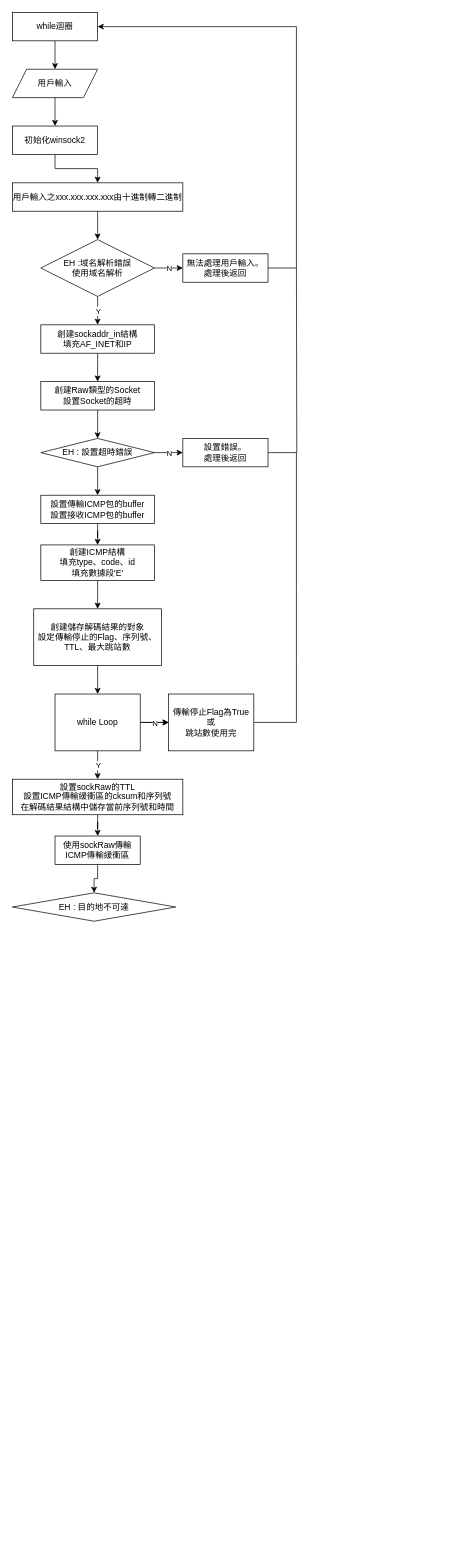
The draw.io diagram 未命名绘图.drawio in hlajungo/traceroute, before the edit. Source tidied: cells renumbered, new cells numbered last; positions are measured from the earlier drawing's top-left corner, leaving out a move shared by most shapes. Both pictures are drawn from the tidied source at 71%, with x=0, y=0 at pixel (12, 12).
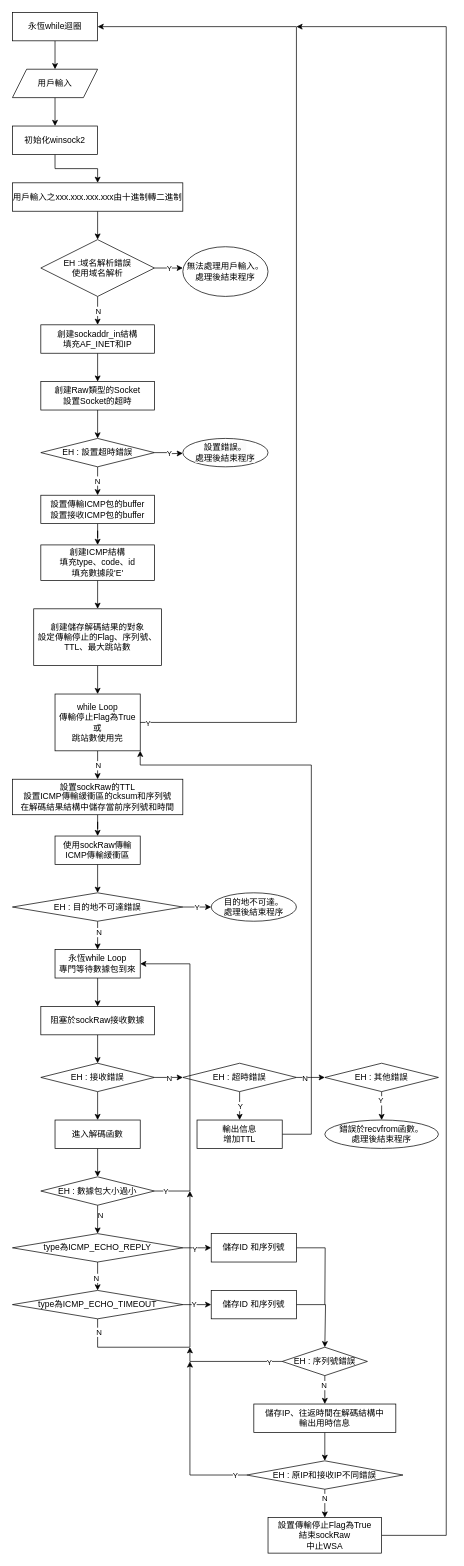
After the change.

Commit message:
更新未命名绘图.drawio

The change refers to these unchanged cells:
```xml
<mxCell id="12" style="edgeStyle=orthogonalEdgeStyle;rounded=0;jettySize=auto;html=1;" parent="1" edge="1" source="14" target="18">
  <mxGeometry relative="1" as="geometry" />
</mxCell>
<mxCell id="14" value="EH :域名解析錯誤&lt;br&gt;使用域名解析" style="rhombus;whiteSpace=wrap;html=1;" parent="1" vertex="1">
  <mxGeometry x="40" y="320" width="160" height="80" as="geometry" />
</mxCell>
<mxCell id="24" value="EH : 設置超時錯誤" style="rhombus;whiteSpace=wrap;html=1;" parent="1" vertex="1">
  <mxGeometry x="40" y="600" width="160" height="40" as="geometry" />
</mxCell>
<mxCell id="28" value="設置傳輸ICMP包的buffer&lt;br&gt;設置接收ICMP包的buffer" style="whiteSpace=wrap;html=1;" parent="1" vertex="1">
  <mxGeometry x="40" y="680" width="160" height="40" as="geometry" />
</mxCell>
<mxCell id="33" style="edgeStyle=orthogonalEdgeStyle;rounded=0;jettySize=auto;html=1;" parent="1" edge="1" source="38" target="40">
  <mxGeometry relative="1" as="geometry">
    <Array as="points">
      <mxPoint x="120" y="1080" />
      <mxPoint x="120" y="1080" />
    </Array>
  </mxGeometry>
</mxCell>
```

Diff of the diagram source:
```diff
@@
-    <mxCell id="5" value="while迴圈" style="rounded=0;whiteSpace=wrap;html=1;" parent="1" vertex="1">
+    <mxCell id="5" value="永恆while迴圈" style="rounded=0;whiteSpace=wrap;html=1;" parent="1" vertex="1">
       <mxGeometry width="120" height="40" as="geometry" />
     </mxCell>
@@
-    <mxCell id="10" style="edgeStyle=orthogonalEdgeStyle;rounded=0;jettySize=auto;html=1;" parent="1" edge="1" source="14" target="16">
-      <mxGeometry relative="1" as="geometry" />
+    <mxCell id="10" style="edgeStyle=orthogonalEdgeStyle;rounded=0;jettySize=auto;html=1;" parent="1" edge="1" source="14">
+      <mxGeometry relative="1" as="geometry">
+        <mxPoint x="240" y="360" as="targetPoint" />
+      </mxGeometry>
     </mxCell>
-    <mxCell id="11" value="N" style="edgeLabel;html=1;align=center;verticalAlign=middle;" parent="10" vertex="1">
+    <mxCell id="11" value="Y" style="edgeLabel;html=1;align=center;verticalAlign=middle;" parent="10" vertex="1">
       <mxGeometry x="-0.62" y="-3" relative="1" as="geometry">
         <mxPoint x="12" y="-3" as="offset" />
       </mxGeometry>
     </mxCell>
@@
-    <mxCell id="13" value="Y" style="edgeLabel;html=1;align=center;verticalAlign=middle;" parent="12" vertex="1">
+    <mxCell id="13" value="N" style="edgeLabel;html=1;align=center;verticalAlign=middle;" parent="12" vertex="1">
       <mxGeometry x="-0.48" y="-3" relative="1" as="geometry">
         <mxPoint x="3" y="10" as="offset" />
       </mxGeometry>
     </mxCell>
@@
-    <mxCell id="15" style="edgeStyle=orthogonalEdgeStyle;rounded=0;jettySize=auto;html=1;entryX=1;entryY=0.5;entryDx=0;entryDy=0;" parent="1" edge="1" source="16" target="5">
-      <mxGeometry relative="1" as="geometry">
-        <Array as="points">
-          <mxPoint x="400" y="360" />
-          <mxPoint x="400" y="20" />
-        </Array>
-      </mxGeometry>
-    </mxCell>
-    <mxCell id="16" value="無法處理用戶輸入。&lt;br&gt;處理後返回" style="whiteSpace=wrap;html=1;" parent="1" vertex="1">
-      <mxGeometry x="240" y="340" width="120" height="40" as="geometry" />
-    </mxCell>
@@
-    <mxCell id="21" style="edgeStyle=orthogonalEdgeStyle;rounded=0;jettySize=auto;html=1;" parent="1" edge="1" source="24" target="26">
-      <mxGeometry relative="1" as="geometry" />
+    <mxCell id="21" style="edgeStyle=orthogonalEdgeStyle;rounded=0;jettySize=auto;html=1;" parent="1" edge="1" source="24">
+      <mxGeometry relative="1" as="geometry">
+        <mxPoint x="240" y="621" as="targetPoint" />
+      </mxGeometry>
     </mxCell>
-    <mxCell id="22" value="N" style="edgeLabel;html=1;align=center;verticalAlign=middle;" parent="21" vertex="1">
+    <mxCell id="22" value="Y" style="edgeLabel;html=1;align=center;verticalAlign=middle;" parent="21" vertex="1">
       <mxGeometry x="-0.57" y="1" relative="1" as="geometry">
         <mxPoint x="11" y="1" as="offset" />
       </mxGeometry>
     </mxCell>
-    <mxCell id="23" style="edgeStyle=orthogonalEdgeStyle;rounded=0;jettySize=auto;html=1;" parent="1" edge="1" source="24" target="28">
+    <mxCell id="23" value="N" style="edgeStyle=orthogonalEdgeStyle;rounded=0;jettySize=auto;html=1;" parent="1" edge="1" source="24" target="28">
       <mxGeometry relative="1" as="geometry" />
     </mxCell>
@@
-    <mxCell id="25" style="edgeStyle=orthogonalEdgeStyle;rounded=0;jettySize=auto;html=1;endArrow=none;endFill=0;" parent="1" edge="1" source="26">
-      <mxGeometry relative="1" as="geometry">
-        <mxPoint x="400" y="360" as="targetPoint" />
-      </mxGeometry>
-    </mxCell>
-    <mxCell id="26" value="設置錯誤。&lt;br&gt;處理後返回" style="whiteSpace=wrap;html=1;" parent="1" vertex="1">
-      <mxGeometry x="240" y="600" width="120" height="40" as="geometry" />
-    </mxCell>
@@
-    <mxCell id="34" value="Y" style="edgeLabel;html=1;align=center;verticalAlign=middle;" parent="33" vertex="1">
+    <mxCell id="34" value="N" style="edgeLabel;html=1;align=center;verticalAlign=middle;" parent="33" vertex="1">
       <mxGeometry x="0.3" y="3" relative="1" as="geometry">
         <mxPoint x="-3" y="-6" as="offset" />
       </mxGeometry>
     </mxCell>
-    <mxCell id="35" style="edgeStyle=orthogonalEdgeStyle;rounded=0;jettySize=auto;html=1;" parent="1" edge="1" source="38" target="42">
-      <mxGeometry relative="1" as="geometry" />
-    </mxCell>
-    <mxCell id="36" style="edgeStyle=orthogonalEdgeStyle;rounded=0;jettySize=auto;html=1;" parent="1" edge="1" source="38" target="42">
-      <mxGeometry relative="1" as="geometry" />
-    </mxCell>
-    <mxCell id="37" value="N" style="edgeLabel;html=1;align=center;verticalAlign=middle;" parent="36" vertex="1">
-      <mxGeometry x="-0.67" y="3" relative="1" as="geometry">
-        <mxPoint x="13" y="3" as="offset" />
-      </mxGeometry>
-    </mxCell>
-    <mxCell id="38" value="while Loop" style="whiteSpace=wrap;html=1;" parent="1" vertex="1">
+    <mxCell id="38" value="while Loop&lt;br&gt;傳輸停止Flag為True&lt;br style=&quot;border-color: var(--border-color);&quot;&gt;或&lt;br style=&quot;border-color: var(--border-color);&quot;&gt;跳站數使用完" style="whiteSpace=wrap;html=1;" parent="1" vertex="1">
       <mxGeometry x="60" y="960" width="120" height="80" as="geometry" />
     </mxCell>
@@
-    <mxCell id="41" style="edgeStyle=orthogonalEdgeStyle;rounded=0;jettySize=auto;html=1;endArrow=none;endFill=0;spacing=0;spacingRight=3;" parent="1" edge="1" source="42">
+    <mxCell id="41" style="edgeStyle=orthogonalEdgeStyle;rounded=0;jettySize=auto;html=1;endArrow=classic;endFill=1;spacing=0;spacingRight=3;entryX=1;entryY=0.5;entryDx=0;entryDy=0;exitX=1;exitY=0.5;exitDx=0;exitDy=0;" parent="1" edge="1" source="38" target="5">
       <mxGeometry relative="1" as="geometry">
-        <mxPoint x="400" y="620" as="targetPoint" />
         <Array as="points">
           <mxPoint x="400" y="1000" />
-          <mxPoint x="400" y="910" />
-          <mxPoint x="400" y="910" />
-          <mxPoint x="400" y="810" />
+          <mxPoint x="400" y="20" />
         </Array>
       </mxGeometry>
     </mxCell>
-    <mxCell id="42" value="傳輸停止Flag為True&lt;br&gt;或&lt;br&gt;跳站數使用完&lt;br&gt;" style="whiteSpace=wrap;html=1;" parent="1" vertex="1">
-      <mxGeometry x="220" y="960" width="120" height="80" as="geometry" />
-    </mxCell>
+    <mxCell id="46" value="Y" style="edgeLabel;html=1;align=center;verticalAlign=middle;" parent="41" vertex="1">
+      <mxGeometry x="-0.95" y="-2" relative="1" as="geometry">
+        <mxPoint x="-27" y="-2" as="offset" />
+      </mxGeometry>
+    </mxCell>
@@
+    <mxCell id="47" value="Y" style="edgeStyle=orthogonalEdgeStyle;rounded=0;jettySize=auto;html=1;entryX=0;entryY=0.5;entryDx=0;entryDy=0;" parent="1" edge="1" source="45" target="68">
+      <mxGeometry relative="1" as="geometry" />
+    </mxCell>
+    <mxCell id="48" style="edgeStyle=orthogonalEdgeStyle;rounded=0;jettySize=auto;html=1;" parent="1" edge="1" source="45" target="51">
+      <mxGeometry relative="1" as="geometry" />
+    </mxCell>
+    <mxCell id="49" value="N" style="edgeLabel;html=1;align=center;verticalAlign=middle;" parent="48" vertex="1">
+      <mxGeometry x="-0.26" y="1" relative="1" as="geometry" />
+    </mxCell>
-    <mxCell id="45" value="EH : 目的地不可達" style="rhombus;whiteSpace=wrap;html=1;" parent="1" vertex="1">
-      <mxGeometry y="1240" width="230" height="40" as="geometry" />
+    <mxCell id="45" value="EH : 目的地不可達錯誤" style="rhombus;whiteSpace=wrap;html=1;" parent="1" vertex="1">
+      <mxGeometry y="1240" width="240" height="40" as="geometry" />
     </mxCell>
+    <mxCell id="50" style="edgeStyle=orthogonalEdgeStyle;rounded=0;jettySize=auto;html=1;" parent="1" edge="1" source="51" target="53">
+      <mxGeometry relative="1" as="geometry" />
+    </mxCell>
+    <mxCell id="51" value="永恆while Loop&lt;br&gt;專門等待數據包到來" style="whiteSpace=wrap;html=1;" parent="1" vertex="1">
+      <mxGeometry x="60" y="1320" width="120" height="40" as="geometry" />
+    </mxCell>
+    <mxCell id="52" style="edgeStyle=orthogonalEdgeStyle;rounded=0;jettySize=auto;html=1;" parent="1" edge="1" source="53" target="57">
+      <mxGeometry relative="1" as="geometry" />
+    </mxCell>
+    <mxCell id="53" value="阻塞於sockRaw接收數據" style="whiteSpace=wrap;html=1;" parent="1" vertex="1">
+      <mxGeometry x="40" y="1400" width="160" height="40" as="geometry" />
+    </mxCell>
+    <mxCell id="54" style="edgeStyle=orthogonalEdgeStyle;rounded=0;jettySize=auto;html=1;" parent="1" edge="1" source="57" target="62">
+      <mxGeometry relative="1" as="geometry" />
+    </mxCell>
+    <mxCell id="55" value="N" style="edgeLabel;html=1;align=center;verticalAlign=middle;" parent="54" vertex="1">
+      <mxGeometry x="-0.45" y="3" relative="1" as="geometry">
+        <mxPoint x="9" y="3" as="offset" />
+      </mxGeometry>
+    </mxCell>
+    <mxCell id="56" style="edgeStyle=orthogonalEdgeStyle;rounded=0;jettySize=auto;html=1;entryX=0.5;entryY=0;entryDx=0;entryDy=0;" parent="1" edge="1" source="57" target="73">
+      <mxGeometry relative="1" as="geometry" />
+    </mxCell>
+    <mxCell id="57" value="EH : 接收錯誤" style="rhombus;whiteSpace=wrap;html=1;" parent="1" vertex="1">
+      <mxGeometry x="40" y="1480" width="160" height="40" as="geometry" />
+    </mxCell>
+    <mxCell id="58" style="edgeStyle=orthogonalEdgeStyle;rounded=0;jettySize=auto;html=1;" parent="1" edge="1" source="62" target="65">
+      <mxGeometry relative="1" as="geometry">
+        <Array as="points">
+          <mxPoint x="420" y="1500" />
+          <mxPoint x="420" y="1500" />
+        </Array>
+      </mxGeometry>
+    </mxCell>
+    <mxCell id="59" value="N" style="edgeLabel;html=1;align=center;verticalAlign=middle;" parent="58" vertex="1">
+      <mxGeometry x="-0.45" y="-3" relative="1" as="geometry">
+        <mxPoint y="-3" as="offset" />
+      </mxGeometry>
+    </mxCell>
+    <mxCell id="60" style="edgeStyle=orthogonalEdgeStyle;rounded=0;jettySize=auto;html=1;" parent="1" edge="1" source="62" target="71">
+      <mxGeometry relative="1" as="geometry" />
+    </mxCell>
+    <mxCell id="61" value="Y" style="edgeLabel;html=1;align=center;verticalAlign=middle;" parent="60" vertex="1">
+      <mxGeometry x="-0.35" y="-3" relative="1" as="geometry">
+        <mxPoint x="3" y="7" as="offset" />
+      </mxGeometry>
+    </mxCell>
+    <mxCell id="62" value="EH : 超時錯誤" style="rhombus;whiteSpace=wrap;html=1;" parent="1" vertex="1">
+      <mxGeometry x="240" y="1480" width="160" height="40" as="geometry" />
+    </mxCell>
+    <mxCell id="63" style="edgeStyle=orthogonalEdgeStyle;rounded=0;jettySize=auto;html=1;entryX=0.5;entryY=0;entryDx=0;entryDy=0;" parent="1" edge="1" source="65" target="69">
+      <mxGeometry relative="1" as="geometry" />
+    </mxCell>
+    <mxCell id="64" value="Y" style="edgeLabel;html=1;align=center;verticalAlign=middle;" parent="63" vertex="1">
+      <mxGeometry x="-0.39" y="-2" relative="1" as="geometry" />
+    </mxCell>
+    <mxCell id="65" value="EH : 其他錯誤" style="rhombus;whiteSpace=wrap;html=1;" parent="1" vertex="1">
+      <mxGeometry x="440" y="1480" width="160" height="40" as="geometry" />
+    </mxCell>
+    <mxCell id="66" value="無法處理用戶輸入。&lt;br style=&quot;border-color: var(--border-color);&quot;&gt;處理後結束程序" style="ellipse;whiteSpace=wrap;html=1;" parent="1" vertex="1">
+      <mxGeometry x="240" y="330" width="120" height="70" as="geometry" />
+    </mxCell>
+    <mxCell id="67" value="&lt;span style=&quot;color: rgb(0, 0, 0); font-family: Helvetica; font-size: 12px; font-style: normal; font-variant-ligatures: normal; font-variant-caps: normal; font-weight: 400; letter-spacing: normal; orphans: 2; text-align: center; text-indent: 0px; text-transform: none; widows: 2; word-spacing: 0px; -webkit-text-stroke-width: 0px; background-color: rgb(251, 251, 251); text-decoration-thickness: initial; text-decoration-style: initial; text-decoration-color: initial; float: none; display: inline !important;&quot;&gt;設置錯誤。&lt;/span&gt;&lt;br style=&quot;border-color: var(--border-color); color: rgb(0, 0, 0); font-family: Helvetica; font-size: 12px; font-style: normal; font-variant-ligatures: normal; font-variant-caps: normal; font-weight: 400; letter-spacing: normal; orphans: 2; text-align: center; text-indent: 0px; text-transform: none; widows: 2; word-spacing: 0px; -webkit-text-stroke-width: 0px; background-color: rgb(251, 251, 251); text-decoration-thickness: initial; text-decoration-style: initial; text-decoration-color: initial;&quot;&gt;&lt;span style=&quot;color: rgb(0, 0, 0); font-family: Helvetica; font-size: 12px; font-style: normal; font-variant-ligatures: normal; font-variant-caps: normal; font-weight: 400; letter-spacing: normal; orphans: 2; text-align: center; text-indent: 0px; text-transform: none; widows: 2; word-spacing: 0px; -webkit-text-stroke-width: 0px; background-color: rgb(251, 251, 251); text-decoration-thickness: initial; text-decoration-style: initial; text-decoration-color: initial; float: none; display: inline !important;&quot;&gt;處理後結束程序&lt;/span&gt;" style="ellipse;whiteSpace=wrap;html=1;" parent="1" vertex="1">
+      <mxGeometry x="240" y="600" width="120" height="40" as="geometry" />
+    </mxCell>
+    <mxCell id="68" value="目的地不可達。&lt;br&gt;處理後結束程序" style="ellipse;whiteSpace=wrap;html=1;" parent="1" vertex="1">
+      <mxGeometry x="280" y="1240" width="120" height="40" as="geometry" />
+    </mxCell>
+    <mxCell id="69" value="錯誤於recvfrom函數。&lt;br style=&quot;border-color: var(--border-color);&quot;&gt;處理後結束程序" style="ellipse;whiteSpace=wrap;html=1;" parent="1" vertex="1">
+      <mxGeometry x="440" y="1560" width="160" height="40" as="geometry" />
+    </mxCell>
+    <mxCell id="70" style="edgeStyle=orthogonalEdgeStyle;rounded=0;jettySize=auto;html=1;entryX=1;entryY=1;entryDx=0;entryDy=0;" parent="1" edge="1" source="71" target="38">
+      <mxGeometry relative="1" as="geometry">
+        <Array as="points">
+          <mxPoint x="421" y="1580" />
+          <mxPoint x="421" y="1060" />
+          <mxPoint x="180" y="1060" />
+        </Array>
+      </mxGeometry>
+    </mxCell>
+    <mxCell id="71" value="輸出信息&lt;br&gt;增加TTL" style="whiteSpace=wrap;html=1;" parent="1" vertex="1">
+      <mxGeometry x="260" y="1560" width="120" height="40" as="geometry" />
+    </mxCell>
+    <mxCell id="72" style="edgeStyle=orthogonalEdgeStyle;rounded=0;jettySize=auto;html=1;" parent="1" edge="1" source="73" target="78">
+      <mxGeometry relative="1" as="geometry" />
+    </mxCell>
+    <mxCell id="73" value="進入解碼函數" style="rounded=0;whiteSpace=wrap;html=1;" parent="1" vertex="1">
+      <mxGeometry x="60" y="1560" width="120" height="40" as="geometry" />
+    </mxCell>
+    <mxCell id="74" style="edgeStyle=orthogonalEdgeStyle;rounded=0;jettySize=auto;html=1;entryX=1;entryY=0.5;entryDx=0;entryDy=0;" parent="1" edge="1" source="78" target="51">
+      <mxGeometry relative="1" as="geometry">
+        <Array as="points">
+          <mxPoint x="250" y="1660" />
+          <mxPoint x="250" y="1340" />
+        </Array>
+      </mxGeometry>
+    </mxCell>
+    <mxCell id="75" value="Y" style="edgeLabel;html=1;align=center;verticalAlign=middle;" parent="74" vertex="1">
+      <mxGeometry x="-0.93" y="-4" relative="1" as="geometry">
+        <mxPoint y="-4" as="offset" />
+      </mxGeometry>
+    </mxCell>
+    <mxCell id="76" style="edgeStyle=orthogonalEdgeStyle;rounded=0;jettySize=auto;html=1;" parent="1" edge="1" source="78" target="83">
+      <mxGeometry relative="1" as="geometry" />
+    </mxCell>
+    <mxCell id="77" value="N" style="edgeLabel;html=1;align=center;verticalAlign=middle;" parent="76" vertex="1">
+      <mxGeometry x="-0.35" y="3" relative="1" as="geometry" />
+    </mxCell>
+    <mxCell id="78" value="EH : 數據包大小過小" style="rhombus;whiteSpace=wrap;html=1;rounded=0;" parent="1" vertex="1">
+      <mxGeometry x="40" y="1640" width="160" height="40" as="geometry" />
+    </mxCell>
+    <mxCell id="79" style="edgeStyle=orthogonalEdgeStyle;rounded=0;jettySize=auto;html=1;" parent="1" edge="1" source="83" target="85">
+      <mxGeometry relative="1" as="geometry" />
+    </mxCell>
+    <mxCell id="80" value="Y" style="edgeLabel;html=1;align=center;verticalAlign=middle;" parent="79" vertex="1">
+      <mxGeometry x="-0.2" y="-1" relative="1" as="geometry" />
+    </mxCell>
+    <mxCell id="81" style="edgeStyle=orthogonalEdgeStyle;rounded=0;jettySize=auto;html=1;" parent="1" edge="1" source="83" target="90">
+      <mxGeometry relative="1" as="geometry" />
+    </mxCell>
+    <mxCell id="82" value="N" style="edgeLabel;html=1;align=center;verticalAlign=middle;" parent="81" vertex="1">
+      <mxGeometry x="0.1" y="-3" relative="1" as="geometry" />
+    </mxCell>
+    <mxCell id="83" value="type為ICMP_ECHO_REPLY" style="rhombus;whiteSpace=wrap;html=1;rounded=0;" parent="1" vertex="1">
+      <mxGeometry y="1720" width="240" height="40" as="geometry" />
+    </mxCell>
+    <mxCell id="84" style="edgeStyle=orthogonalEdgeStyle;rounded=0;jettySize=auto;html=1;endArrow=none;endFill=0;" parent="1" edge="1" source="85">
+      <mxGeometry relative="1" as="geometry">
+        <mxPoint x="440" y="1820" as="targetPoint" />
+      </mxGeometry>
+    </mxCell>
+    <mxCell id="85" value="儲存ID 和序列號" style="whiteSpace=wrap;html=1;rounded=0;" parent="1" vertex="1">
+      <mxGeometry x="280" y="1720" width="120" height="40" as="geometry" />
+    </mxCell>
+    <mxCell id="86" style="edgeStyle=orthogonalEdgeStyle;rounded=0;jettySize=auto;html=1;" parent="1" edge="1" source="90" target="92">
+      <mxGeometry relative="1" as="geometry" />
+    </mxCell>
+    <mxCell id="87" value="Y" style="edgeLabel;html=1;align=center;verticalAlign=middle;" parent="86" vertex="1">
+      <mxGeometry x="-0.25" y="1" relative="1" as="geometry" />
+    </mxCell>
+    <mxCell id="88" style="edgeStyle=orthogonalEdgeStyle;rounded=0;jettySize=auto;html=1;endArrow=classic;endFill=1;" parent="1" edge="1" source="90">
+      <mxGeometry relative="1" as="geometry">
+        <mxPoint x="250" y="1660" as="targetPoint" />
+        <Array as="points">
+          <mxPoint x="120" y="1880" />
+          <mxPoint x="250" y="1880" />
+          <mxPoint x="250" y="1660" />
+        </Array>
+      </mxGeometry>
+    </mxCell>
+    <mxCell id="89" value="N" style="edgeLabel;html=1;align=center;verticalAlign=middle;" parent="88" vertex="1">
+      <mxGeometry x="-0.91" y="1" relative="1" as="geometry" />
+    </mxCell>
+    <mxCell id="90" value="type為ICMP_ECHO_TIMEOUT" style="rhombus;whiteSpace=wrap;html=1;rounded=0;" parent="1" vertex="1">
+      <mxGeometry y="1800" width="240" height="40" as="geometry" />
+    </mxCell>
+    <mxCell id="91" style="edgeStyle=orthogonalEdgeStyle;rounded=0;jettySize=auto;html=1;" parent="1" edge="1" source="92">
+      <mxGeometry relative="1" as="geometry">
+        <mxPoint x="440" y="1880" as="targetPoint" />
+        <Array as="points">
+          <mxPoint x="441" y="1820" />
+        </Array>
+      </mxGeometry>
+    </mxCell>
+    <mxCell id="92" value="儲存ID 和序列號" style="whiteSpace=wrap;html=1;rounded=0;" parent="1" vertex="1">
+      <mxGeometry x="280" y="1800" width="120" height="40" as="geometry" />
+    </mxCell>
+    <mxCell id="93" style="edgeStyle=orthogonalEdgeStyle;rounded=0;jettySize=auto;html=1;endArrow=classic;endFill=1;startArrow=none;startFill=0;" parent="1" edge="1" source="97">
+      <mxGeometry relative="1" as="geometry">
+        <mxPoint x="250" y="1880" as="targetPoint" />
+        <Array as="points">
+          <mxPoint x="250" y="1900" />
+          <mxPoint x="250" y="1880" />
+        </Array>
+      </mxGeometry>
+    </mxCell>
+    <mxCell id="94" value="Y" style="edgeLabel;html=1;align=center;verticalAlign=middle;" parent="93" vertex="1">
+      <mxGeometry x="-0.71" y="3" relative="1" as="geometry">
+        <mxPoint x="3" y="-3" as="offset" />
+      </mxGeometry>
+    </mxCell>
+    <mxCell id="95" style="edgeStyle=orthogonalEdgeStyle;rounded=0;jettySize=auto;html=1;" parent="1" edge="1" source="97" target="99">
+      <mxGeometry relative="1" as="geometry" />
+    </mxCell>
+    <mxCell id="96" value="N" style="edgeLabel;html=1;align=center;verticalAlign=middle;" parent="95" vertex="1">
+      <mxGeometry x="-0.33" y="-2" relative="1" as="geometry" />
+    </mxCell>
+    <mxCell id="97" value="EH : 序列號錯誤" style="rhombus;whiteSpace=wrap;html=1;" parent="1" vertex="1">
+      <mxGeometry x="380" y="1880" width="120" height="40" as="geometry" />
+    </mxCell>
+    <mxCell id="98" style="edgeStyle=orthogonalEdgeStyle;rounded=0;jettySize=auto;html=1;" parent="1" edge="1" source="99" target="104">
+      <mxGeometry relative="1" as="geometry" />
+    </mxCell>
+    <mxCell id="99" value="儲存IP、往返時間在解碼結構中&lt;br&gt;輸出用時信息" style="whiteSpace=wrap;html=1;" parent="1" vertex="1">
+      <mxGeometry x="340" y="1960" width="200" height="40" as="geometry" />
+    </mxCell>
+    <mxCell id="100" style="edgeStyle=orthogonalEdgeStyle;rounded=0;jettySize=auto;html=1;endArrow=classic;endFill=1;" parent="1" edge="1" source="104">
+      <mxGeometry relative="1" as="geometry">
+        <mxPoint x="250" y="1900" as="targetPoint" />
+        <Array as="points">
+          <mxPoint x="250" y="2060" />
+          <mxPoint x="250" y="1900" />
+        </Array>
+      </mxGeometry>
+    </mxCell>
+    <mxCell id="101" value="Y" style="edgeLabel;html=1;align=center;verticalAlign=middle;" parent="100" vertex="1">
+      <mxGeometry x="-0.86" y="-1" relative="1" as="geometry" />
+    </mxCell>
+    <mxCell id="102" style="edgeStyle=orthogonalEdgeStyle;rounded=0;jettySize=auto;html=1;" parent="1" edge="1" source="104" target="106">
+      <mxGeometry relative="1" as="geometry" />
+    </mxCell>
+    <mxCell id="103" value="N" style="edgeLabel;html=1;align=center;verticalAlign=middle;" parent="102" vertex="1">
+      <mxGeometry x="-0.4" y="-1" relative="1" as="geometry" />
+    </mxCell>
+    <mxCell id="104" value="EH : 原IP和接收IP不同錯誤" style="rhombus;whiteSpace=wrap;html=1;" parent="1" vertex="1">
+      <mxGeometry x="330" y="2040" width="220" height="40" as="geometry" />
+    </mxCell>
+    <mxCell id="105" style="edgeStyle=orthogonalEdgeStyle;rounded=0;jettySize=auto;html=1;exitX=1;exitY=0.5;exitDx=0;exitDy=0;" parent="1" edge="1" source="106">
+      <mxGeometry relative="1" as="geometry">
+        <mxPoint x="400" y="20" as="targetPoint" />
+        <Array as="points">
+          <mxPoint x="611" y="2145" />
+          <mxPoint x="611" y="20" />
+        </Array>
+      </mxGeometry>
+    </mxCell>
+    <mxCell id="106" value="設置傳輸停止Flag為True&lt;br&gt;結束sockRaw&lt;br&gt;中止WSA" style="whiteSpace=wrap;html=1;" parent="1" vertex="1">
+      <mxGeometry x="360" y="2120" width="160" height="50" as="geometry" />
+    </mxCell>
```
